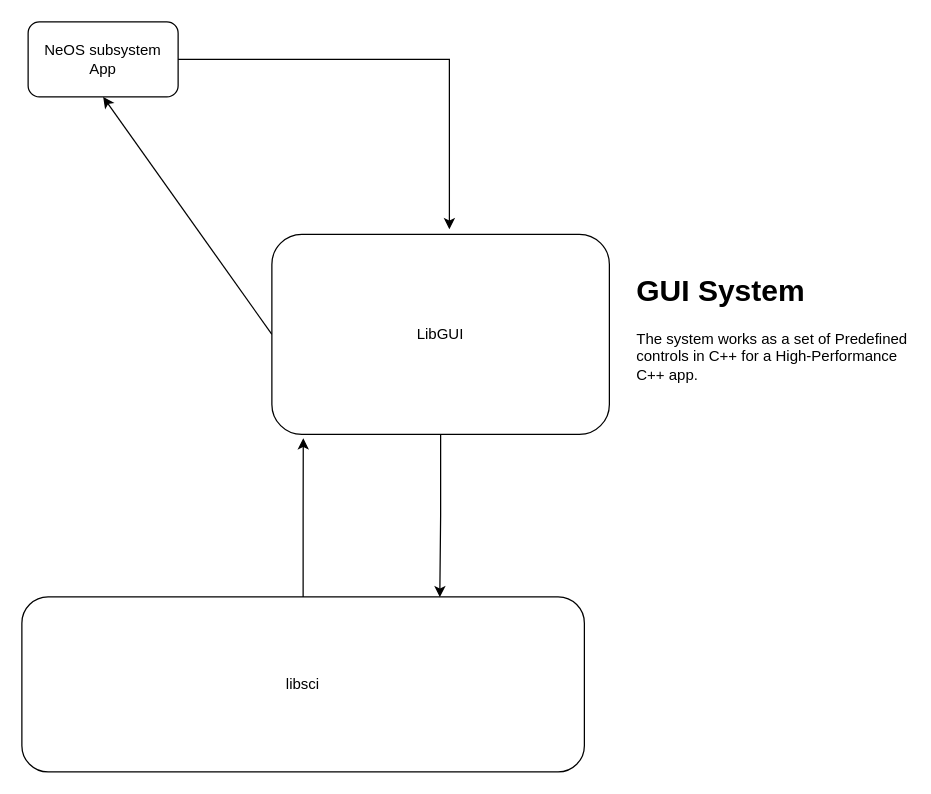
Above: docs/drawio/GUI_DESIGN.drawio in nekernel-org/nekernel (draw.io), before the change. Source tidied: cells renumbered, new cells numbered last; positions are measured from the earlier drawing's top-left corner, leaving out a move shared by most shapes. Both pictures are drawn from the tidied source at 125%, with x=0, y=0 at pixel (21, 21).
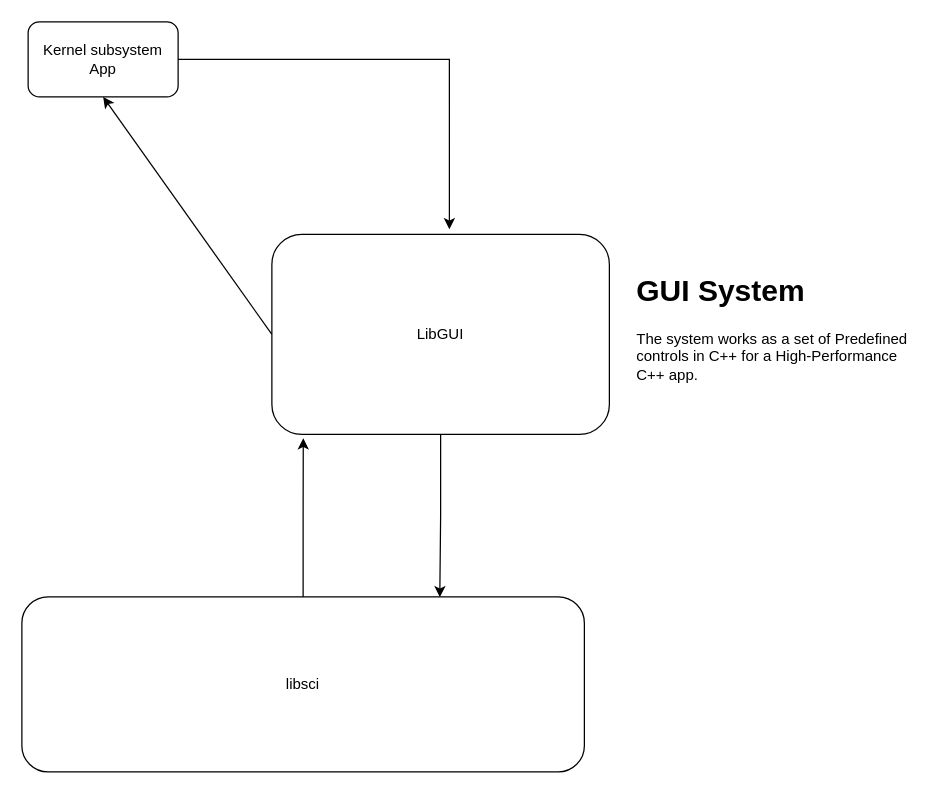
After the change.

Diff of the diagram source:
```diff
@@
 <mxGraphModel>
   <root>
     <mxCell id="0" />
     <mxCell id="1" parent="0" />
     <mxCell id="2" value="libsci" style="rounded=1;whiteSpace=wrap;html=1;" parent="1" vertex="1">
       <mxGeometry y="460" width="450" height="140" as="geometry" />
     </mxCell>
     <mxCell id="3" style="edgeStyle=none;html=1;exitX=0;exitY=0.5;exitDx=0;exitDy=0;entryX=0.5;entryY=1;entryDx=0;entryDy=0;" parent="1" edge="1" source="4" target="7">
       <mxGeometry relative="1" as="geometry" />
     </mxCell>
     <mxCell id="4" value="LibGUI" style="rounded=1;whiteSpace=wrap;html=1;" parent="1" vertex="1">
       <mxGeometry x="200" y="170" width="270" height="160" as="geometry" />
     </mxCell>
     <mxCell id="5" style="edgeStyle=orthogonalEdgeStyle;rounded=0;jettySize=auto;html=1;entryX=0.093;entryY=1.019;entryDx=0;entryDy=0;entryPerimeter=0;" parent="1" edge="1" source="2" target="4">
       <mxGeometry relative="1" as="geometry" />
     </mxCell>
     <mxCell id="6" value="&lt;h1 style=&quot;margin-top: 0px;&quot;&gt;GUI System&lt;span style=&quot;white-space: pre;&quot;&gt;&#9;&lt;/span&gt;&lt;/h1&gt;&lt;p&gt;The system works as a set of Predefined controls in C++ for a High-Performance C++ app.&lt;/p&gt;" style="text;html=1;whiteSpace=wrap;overflow=hidden;rounded=0;" parent="1" vertex="1">
       <mxGeometry x="490" y="195" width="220" height="110" as="geometry" />
     </mxCell>
-    <mxCell id="7" value="NeOS subsystem&lt;div&gt;App&lt;/div&gt;" style="rounded=1;whiteSpace=wrap;html=1;" parent="1" vertex="1">
+    <mxCell id="7" value="Kernel subsystem&lt;div&gt;App&lt;/div&gt;" style="rounded=1;whiteSpace=wrap;html=1;" parent="1" vertex="1">
       <mxGeometry x="5" width="120" height="60" as="geometry" />
     </mxCell>
     <mxCell id="8" style="edgeStyle=orthogonalEdgeStyle;rounded=0;jettySize=auto;html=1;entryX=0.526;entryY=-0.025;entryDx=0;entryDy=0;entryPerimeter=0;" parent="1" edge="1" source="7" target="4">
       <mxGeometry relative="1" as="geometry" />
     </mxCell>
     <mxCell id="9" style="edgeStyle=orthogonalEdgeStyle;rounded=0;jettySize=auto;html=1;exitX=0.5;exitY=1;exitDx=0;exitDy=0;entryX=0.743;entryY=0.002;entryDx=0;entryDy=0;entryPerimeter=0;" parent="1" edge="1" source="4" target="2">
       <mxGeometry relative="1" as="geometry" />
     </mxCell>
   </root>
 </mxGraphModel>
```
